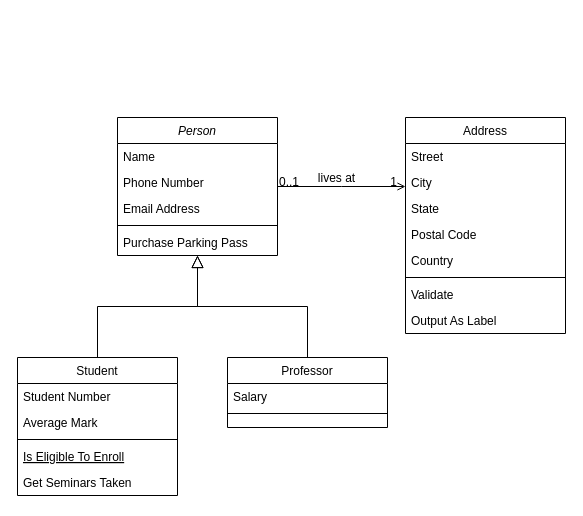
The draw.io diagram src/modules/module1/classes_and_objects/ChessHW.drawio in Davidongo93/UpskillJava, before the edit. Source tidied: cells renumbered, new cells numbered last; positions are measured from the earlier drawing's top-left corner, leaving out a move shared by most shapes. Both pictures are drawn from the tidied source at 100%, with x=0, y=0 at pixel (17, 117).
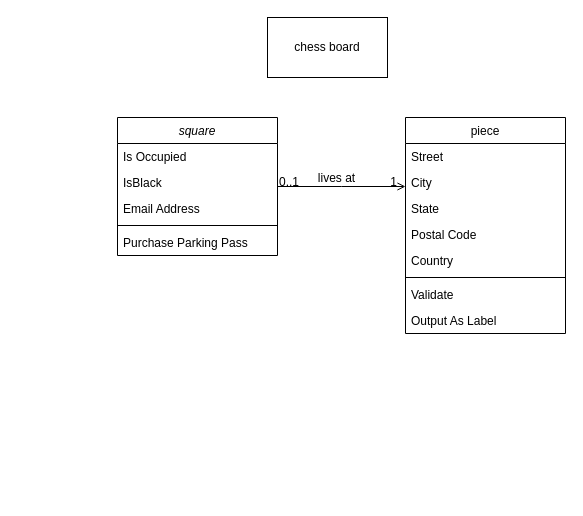
The same page after the edit.

The edit, as a diff of the source:
```diff
@@
-    <mxCell id="2" value="Person" style="swimlane;fontStyle=2;align=center;verticalAlign=top;horizontal=1;startSize=26;rounded=0;shadow=0;strokeWidth=1;" parent="1" vertex="1">
+    <mxCell id="2" value="square" style="swimlane;fontStyle=2;align=center;verticalAlign=top;horizontal=1;startSize=26;rounded=0;shadow=0;strokeWidth=1;" parent="1" vertex="1">
       <mxGeometry x="100" width="160" height="138" as="geometry" />
     </mxCell>
-    <mxCell id="3" value="Name" style="text;align=left;verticalAlign=top;spacingLeft=4;spacingRight=4;overflow=hidden;" parent="2" vertex="1">
+    <mxCell id="3" value="Is Occupied" style="text;align=left;verticalAlign=top;spacingLeft=4;spacingRight=4;overflow=hidden;" parent="2" vertex="1">
       <mxGeometry y="26" width="160" height="26" as="geometry" />
     </mxCell>
-    <mxCell id="4" value="Phone Number" style="text;align=left;verticalAlign=top;spacingLeft=4;spacingRight=4;overflow=hidden;rounded=0;shadow=0;html=0;" parent="2" vertex="1">
+    <mxCell id="4" value="IsBlack" style="text;align=left;verticalAlign=top;spacingLeft=4;spacingRight=4;overflow=hidden;rounded=0;shadow=0;html=0;" parent="2" vertex="1">
       <mxGeometry y="52" width="160" height="26" as="geometry" />
     </mxCell>
@@
-    <mxCell id="8" value="Student" style="swimlane;fontStyle=0;align=center;verticalAlign=top;horizontal=1;startSize=26;rounded=0;shadow=0;strokeWidth=1;" parent="1" vertex="1">
-      <mxGeometry y="240" width="160" height="138" as="geometry" />
-    </mxCell>
-    <mxCell id="9" value="Student Number" style="text;align=left;verticalAlign=top;spacingLeft=4;spacingRight=4;overflow=hidden;" parent="8" vertex="1">
-      <mxGeometry y="26" width="160" height="26" as="geometry" />
-    </mxCell>
-    <mxCell id="10" value="Average Mark" style="text;align=left;verticalAlign=top;spacingLeft=4;spacingRight=4;overflow=hidden;rounded=0;shadow=0;html=0;" parent="8" vertex="1">
-      <mxGeometry y="52" width="160" height="26" as="geometry" />
-    </mxCell>
-    <mxCell id="11" style="line;html=1;strokeWidth=1;align=left;verticalAlign=middle;spacingTop=-1;spacingLeft=3;spacingRight=3;labelPosition=right;" parent="8" vertex="1">
-      <mxGeometry y="78" width="160" height="8" as="geometry" />
-    </mxCell>
-    <mxCell id="12" value="Is Eligible To Enroll" style="text;align=left;verticalAlign=top;spacingLeft=4;spacingRight=4;overflow=hidden;fontStyle=4;" parent="8" vertex="1">
-      <mxGeometry y="86" width="160" height="26" as="geometry" />
-    </mxCell>
-    <mxCell id="13" value="Get Seminars Taken" style="text;align=left;verticalAlign=top;spacingLeft=4;spacingRight=4;overflow=hidden;" parent="8" vertex="1">
-      <mxGeometry y="112" width="160" height="26" as="geometry" />
-    </mxCell>
-    <mxCell id="14" style="endArrow=block;endSize=10;endFill=0;shadow=0;strokeWidth=1;rounded=0;edgeStyle=elbowEdgeStyle;elbow=vertical;" parent="1" edge="1" source="8" target="2">
-      <mxGeometry relative="1" as="geometry" />
-    </mxCell>
-    <mxCell id="15" value="Professor" style="swimlane;fontStyle=0;align=center;verticalAlign=top;horizontal=1;startSize=26;rounded=0;shadow=0;strokeWidth=1;" parent="1" vertex="1">
-      <mxGeometry x="210" y="240" width="160" height="70" as="geometry" />
-    </mxCell>
-    <mxCell id="16" value="Salary" style="text;align=left;verticalAlign=top;spacingLeft=4;spacingRight=4;overflow=hidden;" parent="15" vertex="1">
-      <mxGeometry y="26" width="160" height="26" as="geometry" />
-    </mxCell>
-    <mxCell id="17" style="line;html=1;strokeWidth=1;align=left;verticalAlign=middle;spacingTop=-1;spacingLeft=3;spacingRight=3;labelPosition=right;" parent="15" vertex="1">
-      <mxGeometry y="52" width="160" height="8" as="geometry" />
-    </mxCell>
-    <mxCell id="18" style="endArrow=block;endSize=10;endFill=0;shadow=0;strokeWidth=1;rounded=0;edgeStyle=elbowEdgeStyle;elbow=vertical;" parent="1" edge="1" source="15" target="2">
-      <mxGeometry relative="1" as="geometry" />
-    </mxCell>
-    <mxCell id="19" value="Address" style="swimlane;fontStyle=0;align=center;verticalAlign=top;horizontal=1;startSize=26;rounded=0;shadow=0;strokeWidth=1;" parent="1" vertex="1">
+    <mxCell id="19" value="piece" style="swimlane;fontStyle=0;align=center;verticalAlign=top;horizontal=1;startSize=26;rounded=0;shadow=0;strokeWidth=1;" parent="1" vertex="1">
       <mxGeometry x="388" width="160" height="216" as="geometry" />
     </mxCell>
@@
+    <mxCell id="32" value="chess board" style="whiteSpace=wrap;html=1;" parent="1" vertex="1">
+      <mxGeometry x="250" y="-100" width="120" height="60" as="geometry" />
+    </mxCell>
```
